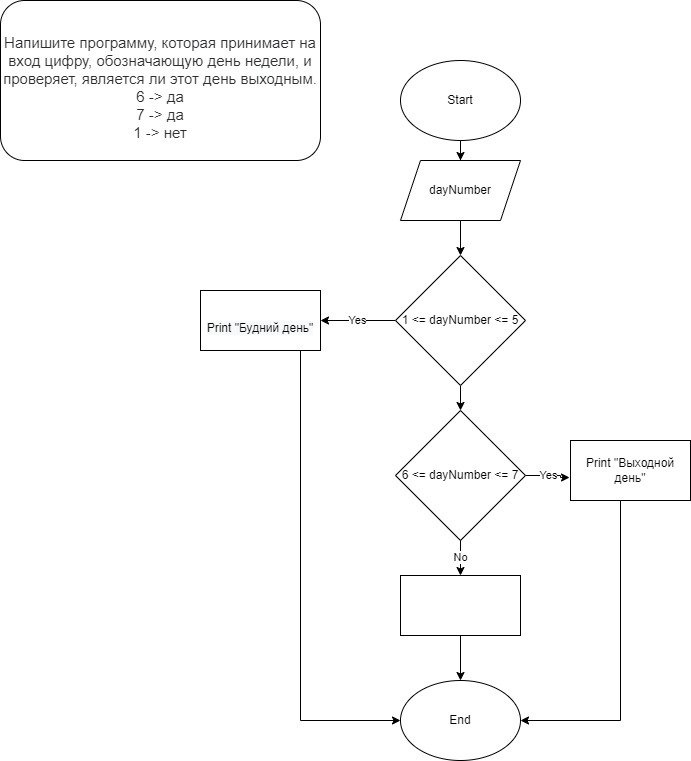
AlexaKara/Programming-languages-C- keeps this draw.io diagram as Задача10.png. Above is the earlier version. Source tidied: cells renumbered, new cells last; positions are measured from the earlier drawing's top-left corner, leaving out a move shared by most shapes.
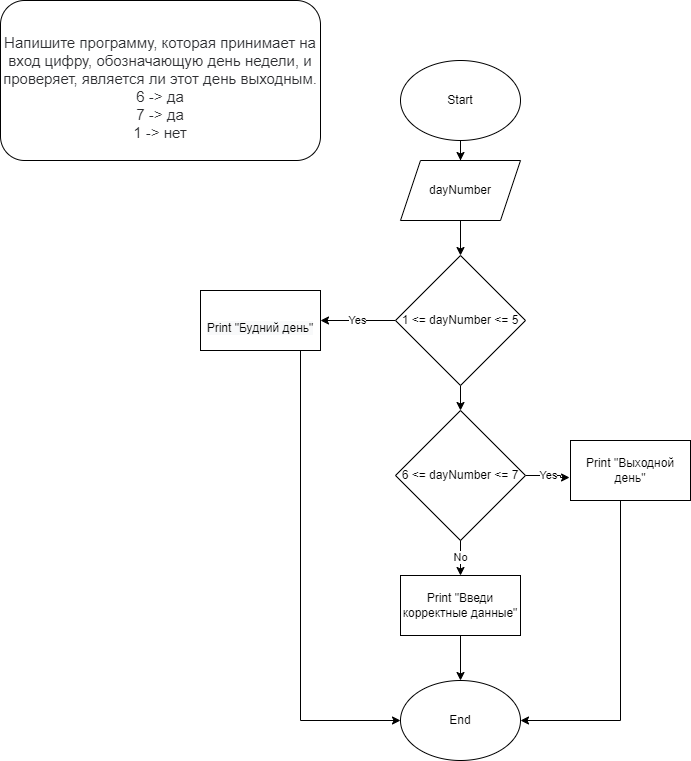
Later version of the same file.

The edit, as a diff of the source:
```diff
@@ -71,7 +71,7 @@
     <mxCell id="19" style="edgeStyle=orthogonalEdgeStyle;rounded=0;jettySize=auto;html=1;entryX=0.5;entryY=0;entryDx=0;entryDy=0;" parent="1" edge="1" source="20" target="12">
       <mxGeometry relative="1" as="geometry" />
     </mxCell>
-    <mxCell id="20" style="rounded=0;whiteSpace=wrap;html=1;" parent="1" vertex="1">
+    <mxCell id="20" value="Print &quot;Введи корректные данные&quot;" style="rounded=0;whiteSpace=wrap;html=1;" parent="1" vertex="1">
       <mxGeometry x="400" y="575" width="120" height="60" as="geometry" />
     </mxCell>
   </root>
```
